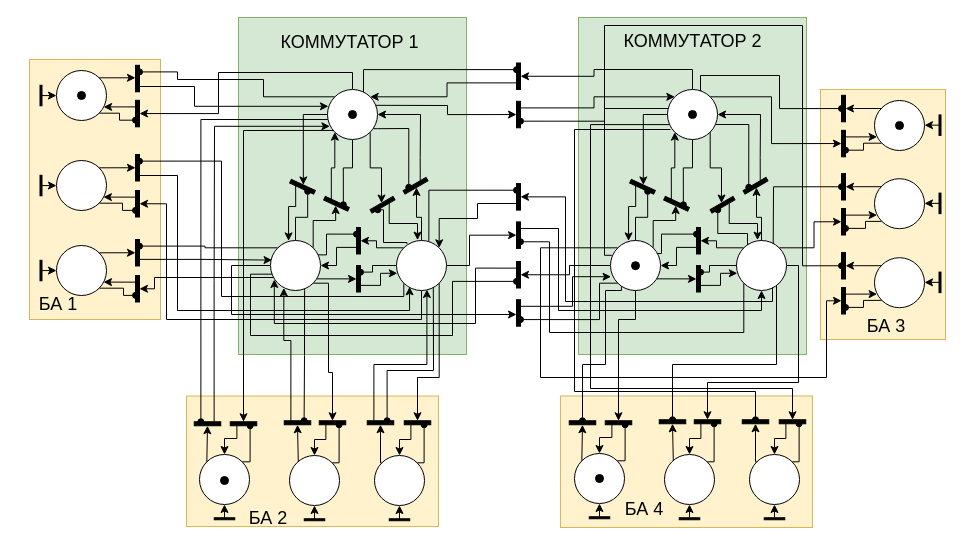
The draw.io diagram page "ВИ 0" (6 of 7) of logic.drawio in sadsackk/STP-ISS-analyzer, before the edit. Source tidied: cells renumbered, new cells numbered last; positions are measured from the earlier drawing's top-left corner, leaving out a move shared by most shapes. Both pictures are drawn from the tidied source at 100%, with x=0, y=0 at pixel (17, 17).
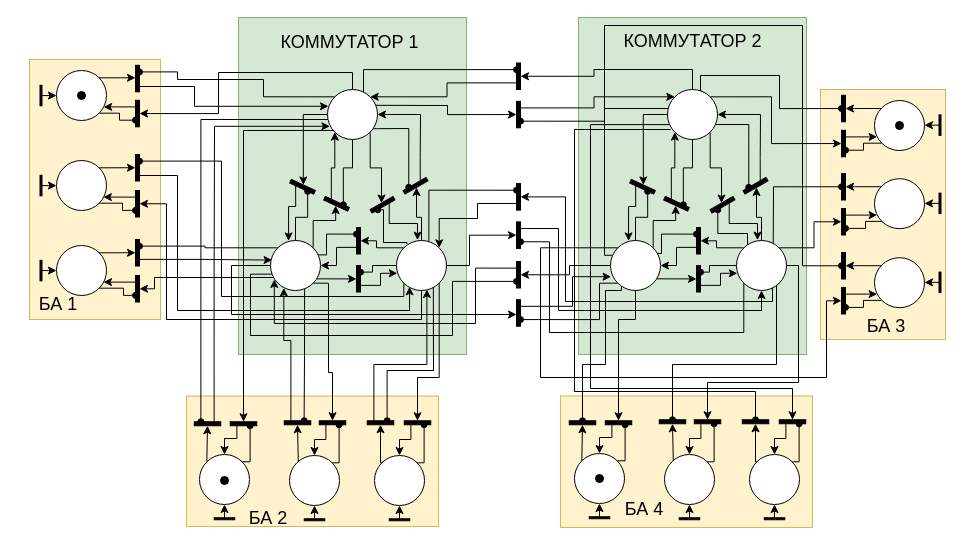
The same page after the edit.

Change to the diagram source:
```diff
@@
-    <mxCell id="228" style="ellipse;whiteSpace=wrap;html=1;fillColor=#000000;" parent="1" vertex="1">
-      <mxGeometry x="331" y="93" width="8" height="8" as="geometry" />
-    </mxCell>
-    <mxCell id="229" style="ellipse;whiteSpace=wrap;html=1;fillColor=#000000;" parent="1" vertex="1">
-      <mxGeometry x="671" y="93" width="8" height="8" as="geometry" />
-    </mxCell>
-    <mxCell id="230" style="ellipse;whiteSpace=wrap;html=1;fillColor=#000000;" parent="1" vertex="1">
-      <mxGeometry x="614" y="244.2" width="8" height="8" as="geometry" />
-    </mxCell>
```
